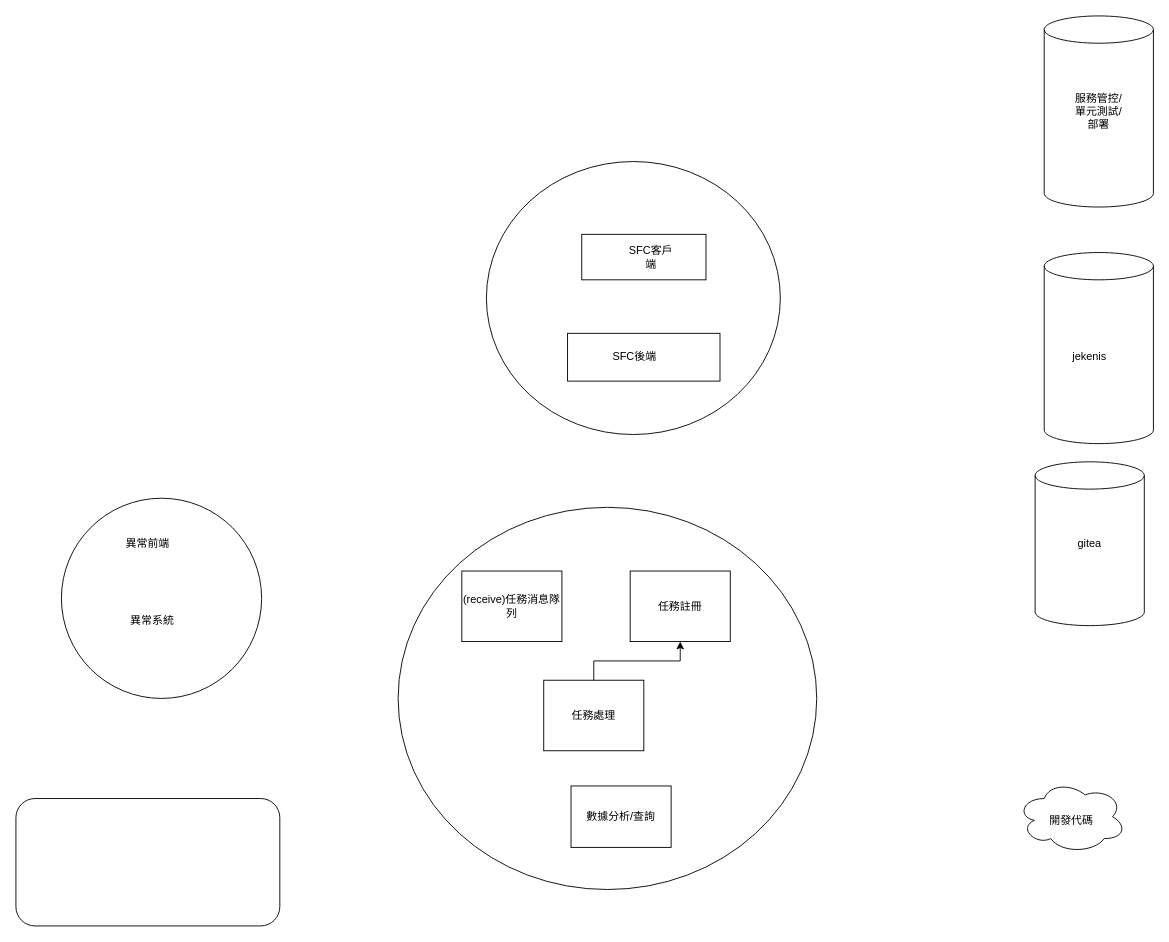
Before: 未命名绘图.drawio in NoBug4Ever/drawio, a draw.io diagram. Source tidied: cells renumbered, new cells numbered last; positions are measured from the earlier drawing's top-left corner, leaving out a move shared by most shapes. Both pictures are drawn from the tidied source at 91%, with x=0, y=0 at pixel (15, 15).
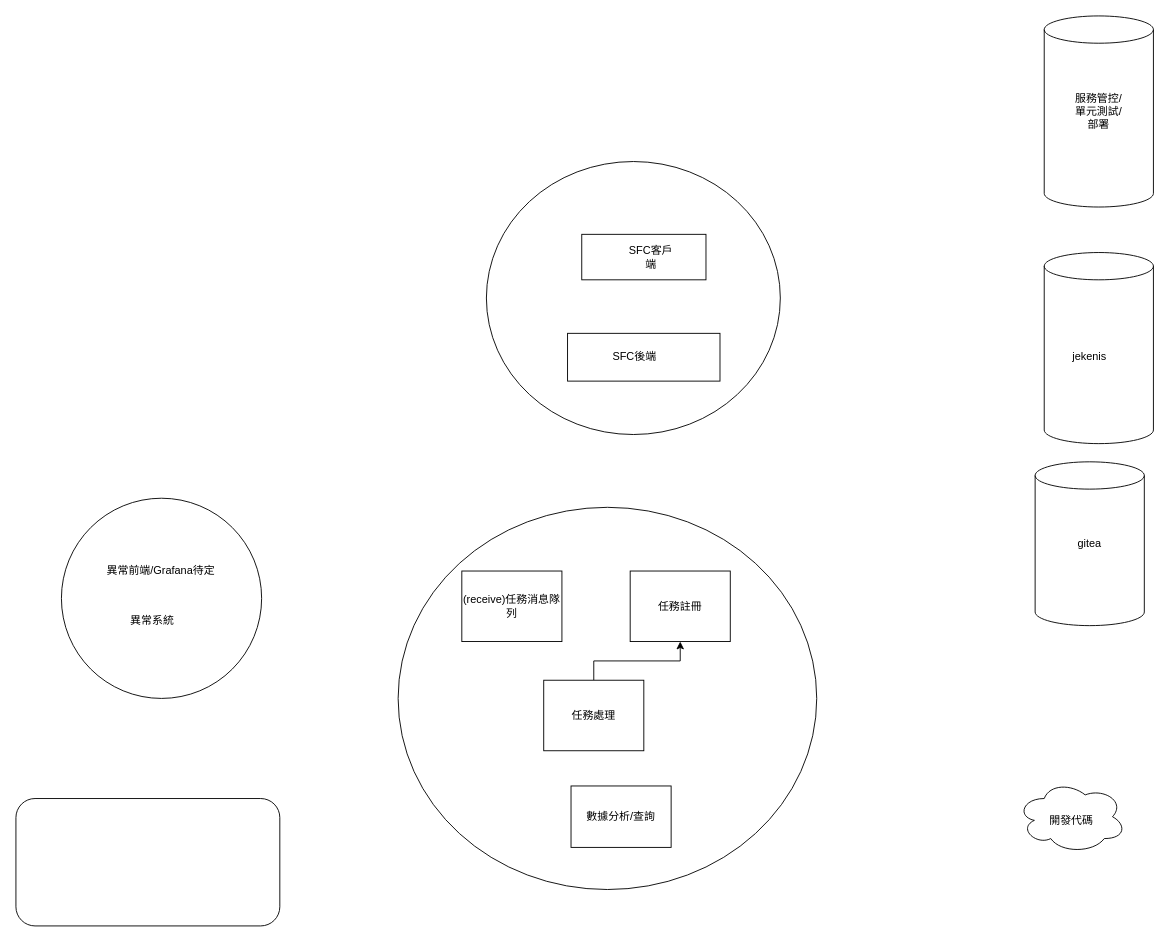
After the change.

Commit message (it also covers changes not shown here):
更新未命名绘图.drawio

What changed in the source:
```diff
@@
-    <mxCell id="7" value="異常前端" style="text;html=1;align=center;verticalAlign=middle;whiteSpace=wrap;rounded=0;" parent="1" vertex="1">
-      <mxGeometry x="115" y="565" width="60" height="30" as="geometry" />
+    <mxCell id="7" value="異常前端/Grafana待定" style="text;html=1;align=center;verticalAlign=middle;whiteSpace=wrap;rounded=0;" parent="1" vertex="1">
+      <mxGeometry x="87.5" y="590" width="142.5" height="40" as="geometry" />
     </mxCell>
```
